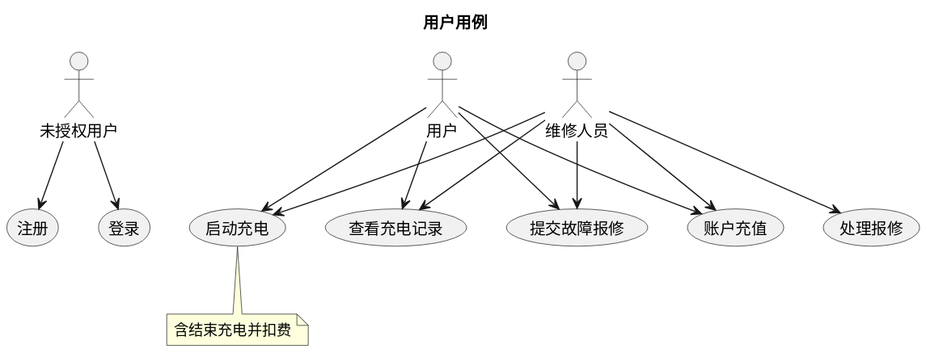
This is usecase/docs/overview/img/user_usecases.svg from greenhandzdl/charging-station-doc, a PlantUML export, as it was before one commit. The source it was exported from:
```plantuml
@startuml
title 用户用例
skinparam useCaseShape rectangle

actor "未授权用户" as G
actor "用户" as U
actor "维修人员" as M

usecase "注册" as REG
usecase "登录" as LOG
usecase "账户充值" as RCH
usecase "启动充电" as CS
usecase "查看充电记录" as VCR
usecase "提交故障报修" as SRT
usecase "处理报修" as HR

G --> REG
G --> LOG
U --> RCH
U --> CS
U --> VCR
U --> SRT
M --> RCH
M --> CS
M --> VCR
M --> SRT
M --> HR

note bottom of CS : 含结束充电并扣费
@enduml
```
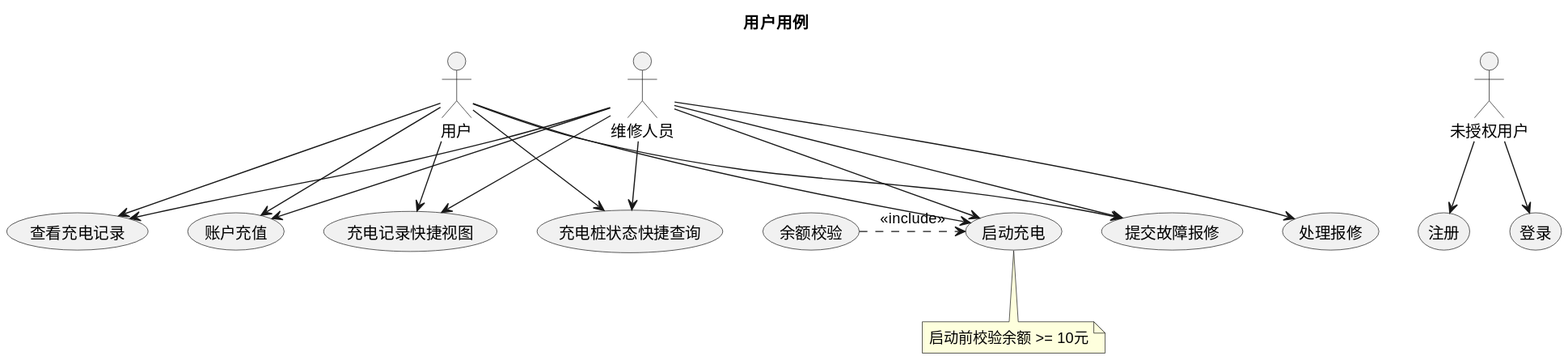
Above is the later version.

What changed in the source:
```diff
@@ -10,9 +10,12 @@
 usecase "登录" as LOG
 usecase "账户充值" as RCH
 usecase "启动充电" as CS
+usecase "余额校验" as BAL
 usecase "查看充电记录" as VCR
 usecase "提交故障报修" as SRT
 usecase "处理报修" as HR
+usecase "充电记录快捷视图" as QV
+usecase "充电桩状态快捷查询" as QC
 
 G --> REG
 G --> LOG
@@ -20,11 +23,16 @@
 U --> CS
 U --> VCR
 U --> SRT
+U --> QV
+U --> QC
 M --> RCH
 M --> CS
 M --> VCR
 M --> SRT
 M --> HR
+M --> QV
+M --> QC
 
-note bottom of CS : 含结束充电并扣费
+CS <.left. BAL : <<include>>
+note bottom of CS : 启动前校验余额 >= 10元
 @enduml
```
